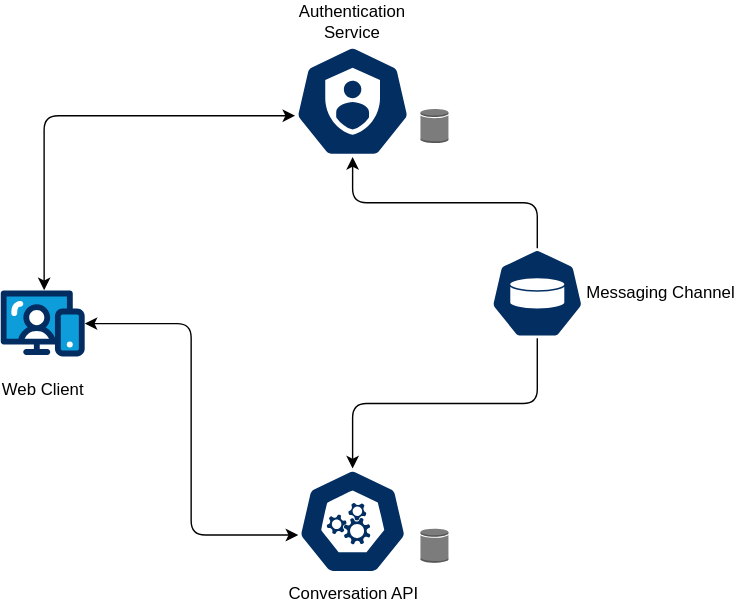
Before: buzzy.svg, a diagram exported from draw.io (melmedany/buzzy). Source tidied: cells renumbered, new cells last; positions are measured from the earlier drawing's top-left corner, leaving out a move shared by most shapes. Its diagram source:
```xml
<mxGraphModel>
  <root>
    <mxCell id="0" />
    <mxCell id="1" parent="0" />
    <mxCell id="2" value="Web Client" style="verticalLabelPosition=bottom;html=1;shape=mxgraph.salesforce.web;" parent="1" vertex="1">
      <mxGeometry y="175" width="60" height="47.4" as="geometry" />
    </mxCell>
    <mxCell id="3" style="edgeStyle=orthogonalEdgeStyle;rounded=1;jettySize=auto;html=1;entryX=0.517;entryY=-0.004;entryDx=0;entryDy=0;entryPerimeter=0;curved=0;jumpStyle=none;startArrow=classic;startFill=1;exitX=0.005;exitY=0.63;exitDx=0;exitDy=0;exitPerimeter=0;" parent="1" edge="1" source="4" target="2">
      <mxGeometry relative="1" as="geometry" />
    </mxCell>
    <mxCell id="4" value="Authentication&lt;br&gt;Service" style="sketch=0;dashed=0;whitespace=wrap;verticalLabelPosition=top;verticalAlign=bottom;fillColor=#022e61;strokeColor=#ffffff;points=[[0.005,0.63,0],[0.1,0.2,0],[0.9,0.2,0],[0.5,0,0],[0.995,0.63,0],[0.72,0.99,0],[0.5,1,0],[0.28,0.99,0]];shape=mxgraph.kubernetes.icon2;prIcon=sa;labelBackgroundColor=none;html=1;whiteSpace=wrap;labelPosition=center;align=center;" parent="1" vertex="1">
      <mxGeometry x="210" width="83" height="79.7" as="geometry" />
    </mxCell>
    <mxCell id="5" value="Conversation API" style="sketch=0;html=1;dashed=0;whitespace=wrap;verticalLabelPosition=bottom;verticalAlign=top;fillColor=#022E61;strokeColor=#ffffff;points=[[0.005,0.63,0],[0.1,0.2,0],[0.9,0.2,0],[0.5,0,0],[0.995,0.63,0],[0.72,0.99,0],[0.5,1,0],[0.28,0.99,0]];shape=mxgraph.kubernetes.icon2;prIcon=api;" parent="1" vertex="1">
      <mxGeometry x="212.2" y="302.4" width="78.5" height="75.4" as="geometry" />
    </mxCell>
    <mxCell id="6" value="Messaging Channel" style="sketch=0;html=1;dashed=0;whitespace=wrap;verticalLabelPosition=middle;verticalAlign=middle;fillColor=#022e61;strokeColor=#ffffff;points=[[0.005,0.63,0],[0.1,0.2,0],[0.9,0.2,0],[0.5,0,0],[0.995,0.63,0],[0.72,0.99,0],[0.5,1,0],[0.28,0.99,0]];shape=mxgraph.kubernetes.icon2;prIcon=pv;labelPosition=right;align=left;" parent="1" vertex="1">
      <mxGeometry x="350" y="145" width="67" height="64.3" as="geometry" />
    </mxCell>
    <mxCell id="7" style="edgeStyle=orthogonalEdgeStyle;rounded=1;jettySize=auto;html=1;entryX=0.005;entryY=0.63;entryDx=0;entryDy=0;entryPerimeter=0;curved=0;startArrow=classic;startFill=1;" parent="1" edge="1" source="2" target="5">
      <mxGeometry relative="1" as="geometry" />
    </mxCell>
    <mxCell id="8" style="edgeStyle=orthogonalEdgeStyle;rounded=1;jettySize=auto;html=1;entryX=0.5;entryY=1;entryDx=0;entryDy=0;entryPerimeter=0;exitX=0.5;exitY=0;exitDx=0;exitDy=0;exitPerimeter=0;curved=0;" parent="1" edge="1" source="6" target="4">
      <mxGeometry relative="1" as="geometry" />
    </mxCell>
    <mxCell id="9" style="edgeStyle=orthogonalEdgeStyle;rounded=1;jettySize=auto;html=1;exitX=0.5;exitY=1;exitDx=0;exitDy=0;exitPerimeter=0;entryX=0.5;entryY=0;entryDx=0;entryDy=0;entryPerimeter=0;jumpStyle=none;curved=0;" parent="1" edge="1" source="6" target="5">
      <mxGeometry relative="1" as="geometry" />
    </mxCell>
    <mxCell id="10" style="dashed=0;verticalLabelPosition=bottom;verticalAlign=top;align=center;html=1;shape=mxgraph.aws3.generic_database;fillColor=#7D7C7C;gradientColor=none;" parent="1" vertex="1">
      <mxGeometry x="300" y="45" width="20" height="24.7" as="geometry" />
    </mxCell>
    <mxCell id="11" style="dashed=0;verticalLabelPosition=bottom;verticalAlign=top;align=center;html=1;shape=mxgraph.aws3.generic_database;fillColor=#7D7C7C;gradientColor=none;" parent="1" vertex="1">
      <mxGeometry x="300" y="345" width="20" height="24.7" as="geometry" />
    </mxCell>
  </root>
</mxGraphModel>
```
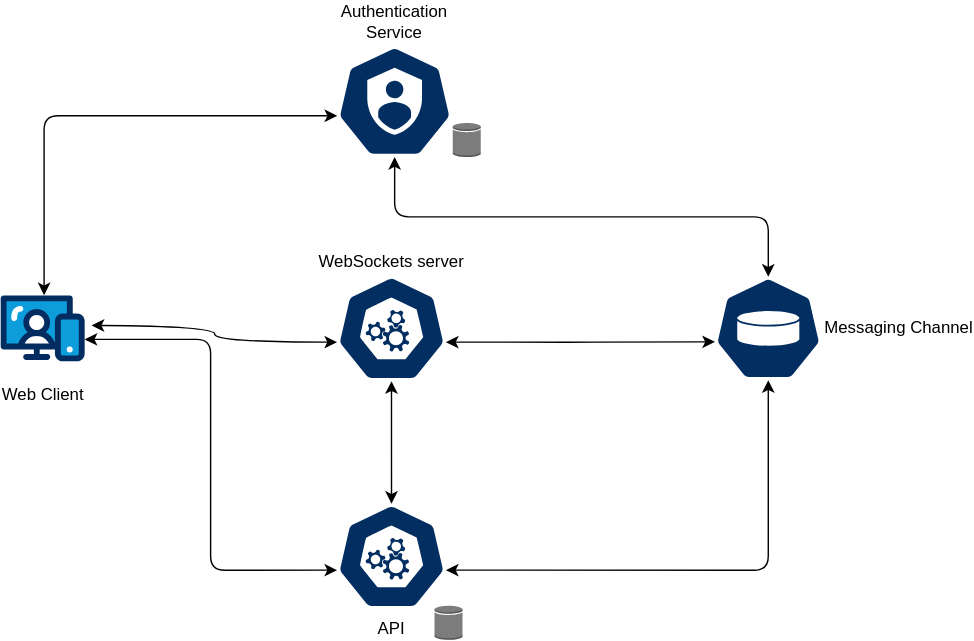
Later version of the same file.

Change to the diagram source:
```diff
@@ -3,34 +3,53 @@
     <mxCell id="0" />
     <mxCell id="1" parent="0" />
     <mxCell id="2" value="Web Client" style="verticalLabelPosition=bottom;html=1;shape=mxgraph.salesforce.web;" parent="1" vertex="1">
-      <mxGeometry y="175" width="60" height="47.4" as="geometry" />
+      <mxGeometry x="-30" y="153.5" width="60" height="47.4" as="geometry" />
     </mxCell>
     <mxCell id="3" style="edgeStyle=orthogonalEdgeStyle;rounded=1;jettySize=auto;html=1;entryX=0.517;entryY=-0.004;entryDx=0;entryDy=0;entryPerimeter=0;curved=0;jumpStyle=none;startArrow=classic;startFill=1;exitX=0.005;exitY=0.63;exitDx=0;exitDy=0;exitPerimeter=0;" parent="1" edge="1" source="4" target="2">
       <mxGeometry relative="1" as="geometry" />
     </mxCell>
     <mxCell id="4" value="Authentication&lt;br&gt;Service" style="sketch=0;dashed=0;whitespace=wrap;verticalLabelPosition=top;verticalAlign=bottom;fillColor=#022e61;strokeColor=#ffffff;points=[[0.005,0.63,0],[0.1,0.2,0],[0.9,0.2,0],[0.5,0,0],[0.995,0.63,0],[0.72,0.99,0],[0.5,1,0],[0.28,0.99,0]];shape=mxgraph.kubernetes.icon2;prIcon=sa;labelBackgroundColor=none;html=1;whiteSpace=wrap;labelPosition=center;align=center;" parent="1" vertex="1">
-      <mxGeometry x="210" width="83" height="79.7" as="geometry" />
+      <mxGeometry x="210" y="-25" width="83" height="79.7" as="geometry" />
     </mxCell>
-    <mxCell id="5" value="Conversation API" style="sketch=0;html=1;dashed=0;whitespace=wrap;verticalLabelPosition=bottom;verticalAlign=top;fillColor=#022E61;strokeColor=#ffffff;points=[[0.005,0.63,0],[0.1,0.2,0],[0.9,0.2,0],[0.5,0,0],[0.995,0.63,0],[0.72,0.99,0],[0.5,1,0],[0.28,0.99,0]];shape=mxgraph.kubernetes.icon2;prIcon=api;" parent="1" vertex="1">
-      <mxGeometry x="212.2" y="302.4" width="78.5" height="75.4" as="geometry" />
+    <mxCell id="5" value="API" style="sketch=0;html=1;dashed=0;whitespace=wrap;verticalLabelPosition=bottom;verticalAlign=top;fillColor=#022E61;strokeColor=#ffffff;points=[[0.005,0.63,0],[0.1,0.2,0],[0.9,0.2,0],[0.5,0,0],[0.995,0.63,0],[0.72,0.99,0],[0.5,1,0],[0.28,0.99,0]];shape=mxgraph.kubernetes.icon2;prIcon=api;" parent="1" vertex="1">
+      <mxGeometry x="210" y="302.4" width="78.5" height="75.4" as="geometry" />
     </mxCell>
     <mxCell id="6" value="Messaging Channel" style="sketch=0;html=1;dashed=0;whitespace=wrap;verticalLabelPosition=middle;verticalAlign=middle;fillColor=#022e61;strokeColor=#ffffff;points=[[0.005,0.63,0],[0.1,0.2,0],[0.9,0.2,0],[0.5,0,0],[0.995,0.63,0],[0.72,0.99,0],[0.5,1,0],[0.28,0.99,0]];shape=mxgraph.kubernetes.icon2;prIcon=pv;labelPosition=right;align=left;" parent="1" vertex="1">
-      <mxGeometry x="350" y="145" width="67" height="64.3" as="geometry" />
+      <mxGeometry x="480" y="140.2" width="77" height="73.9" as="geometry" />
     </mxCell>
     <mxCell id="7" style="edgeStyle=orthogonalEdgeStyle;rounded=1;jettySize=auto;html=1;entryX=0.005;entryY=0.63;entryDx=0;entryDy=0;entryPerimeter=0;curved=0;startArrow=classic;startFill=1;" parent="1" edge="1" source="2" target="5">
-      <mxGeometry relative="1" as="geometry" />
+      <mxGeometry relative="1" as="geometry">
+        <Array as="points">
+          <mxPoint x="120" y="185" />
+          <mxPoint x="120" y="350" />
+        </Array>
+      </mxGeometry>
     </mxCell>
-    <mxCell id="8" style="edgeStyle=orthogonalEdgeStyle;rounded=1;jettySize=auto;html=1;entryX=0.5;entryY=1;entryDx=0;entryDy=0;entryPerimeter=0;exitX=0.5;exitY=0;exitDx=0;exitDy=0;exitPerimeter=0;curved=0;" parent="1" edge="1" source="6" target="4">
+    <mxCell id="8" style="edgeStyle=orthogonalEdgeStyle;rounded=1;jettySize=auto;html=1;entryX=0.5;entryY=1;entryDx=0;entryDy=0;entryPerimeter=0;exitX=0.5;exitY=0;exitDx=0;exitDy=0;exitPerimeter=0;curved=0;startArrow=classic;startFill=1;" parent="1" edge="1" source="6" target="4">
       <mxGeometry relative="1" as="geometry" />
     </mxCell>
-    <mxCell id="9" style="edgeStyle=orthogonalEdgeStyle;rounded=1;jettySize=auto;html=1;exitX=0.5;exitY=1;exitDx=0;exitDy=0;exitPerimeter=0;entryX=0.5;entryY=0;entryDx=0;entryDy=0;entryPerimeter=0;jumpStyle=none;curved=0;" parent="1" edge="1" source="6" target="5">
+    <mxCell id="9" style="edgeStyle=orthogonalEdgeStyle;rounded=1;jettySize=auto;html=1;exitX=0.5;exitY=1;exitDx=0;exitDy=0;exitPerimeter=0;entryX=0.995;entryY=0.63;entryDx=0;entryDy=0;entryPerimeter=0;jumpStyle=none;curved=0;startArrow=classic;startFill=1;strokeColor=default;" parent="1" edge="1" source="6" target="5">
       <mxGeometry relative="1" as="geometry" />
     </mxCell>
     <mxCell id="10" style="dashed=0;verticalLabelPosition=bottom;verticalAlign=top;align=center;html=1;shape=mxgraph.aws3.generic_database;fillColor=#7D7C7C;gradientColor=none;" parent="1" vertex="1">
-      <mxGeometry x="300" y="45" width="20" height="24.7" as="geometry" />
+      <mxGeometry x="293" y="30" width="20" height="24.7" as="geometry" />
     </mxCell>
     <mxCell id="11" style="dashed=0;verticalLabelPosition=bottom;verticalAlign=top;align=center;html=1;shape=mxgraph.aws3.generic_database;fillColor=#7D7C7C;gradientColor=none;" parent="1" vertex="1">
-      <mxGeometry x="300" y="345" width="20" height="24.7" as="geometry" />
+      <mxGeometry x="280" y="375" width="20" height="24.7" as="geometry" />
     </mxCell>
+    <mxCell id="12" value="WebSockets server" style="sketch=0;html=1;dashed=0;whitespace=wrap;verticalLabelPosition=top;verticalAlign=bottom;fillColor=#022E61;strokeColor=#ffffff;points=[[0.005,0.63,0],[0.1,0.2,0],[0.9,0.2,0],[0.5,0,0],[0.995,0.63,0],[0.72,0.99,0],[0.5,1,0],[0.28,0.99,0]];shape=mxgraph.kubernetes.icon2;prIcon=api;labelPosition=center;align=center;" parent="1" vertex="1">
+      <mxGeometry x="210" y="139.5" width="78.5" height="75.4" as="geometry" />
+    </mxCell>
+    <mxCell id="13" style="edgeStyle=orthogonalEdgeStyle;rounded=0;jettySize=auto;html=1;startArrow=classic;startFill=1;curved=1;exitX=0.005;exitY=0.63;exitDx=0;exitDy=0;exitPerimeter=0;" parent="1" edge="1" source="12">
+      <mxGeometry relative="1" as="geometry">
+        <mxPoint x="35" y="175" as="targetPoint" />
+      </mxGeometry>
+    </mxCell>
+    <mxCell id="14" style="edgeStyle=orthogonalEdgeStyle;rounded=0;jettySize=auto;html=1;entryX=0.5;entryY=0;entryDx=0;entryDy=0;entryPerimeter=0;startArrow=classic;startFill=1;" parent="1" edge="1" source="12" target="5">
+      <mxGeometry relative="1" as="geometry" />
+    </mxCell>
+    <mxCell id="15" style="edgeStyle=orthogonalEdgeStyle;rounded=1;jettySize=auto;html=1;exitX=0.995;exitY=0.63;exitDx=0;exitDy=0;exitPerimeter=0;curved=0;startArrow=classic;startFill=1;entryX=0.005;entryY=0.63;entryDx=0;entryDy=0;entryPerimeter=0;" parent="1" edge="1" source="12" target="6">
+      <mxGeometry relative="1" as="geometry" />
+    </mxCell>
   </root>
 </mxGraphModel>
```
